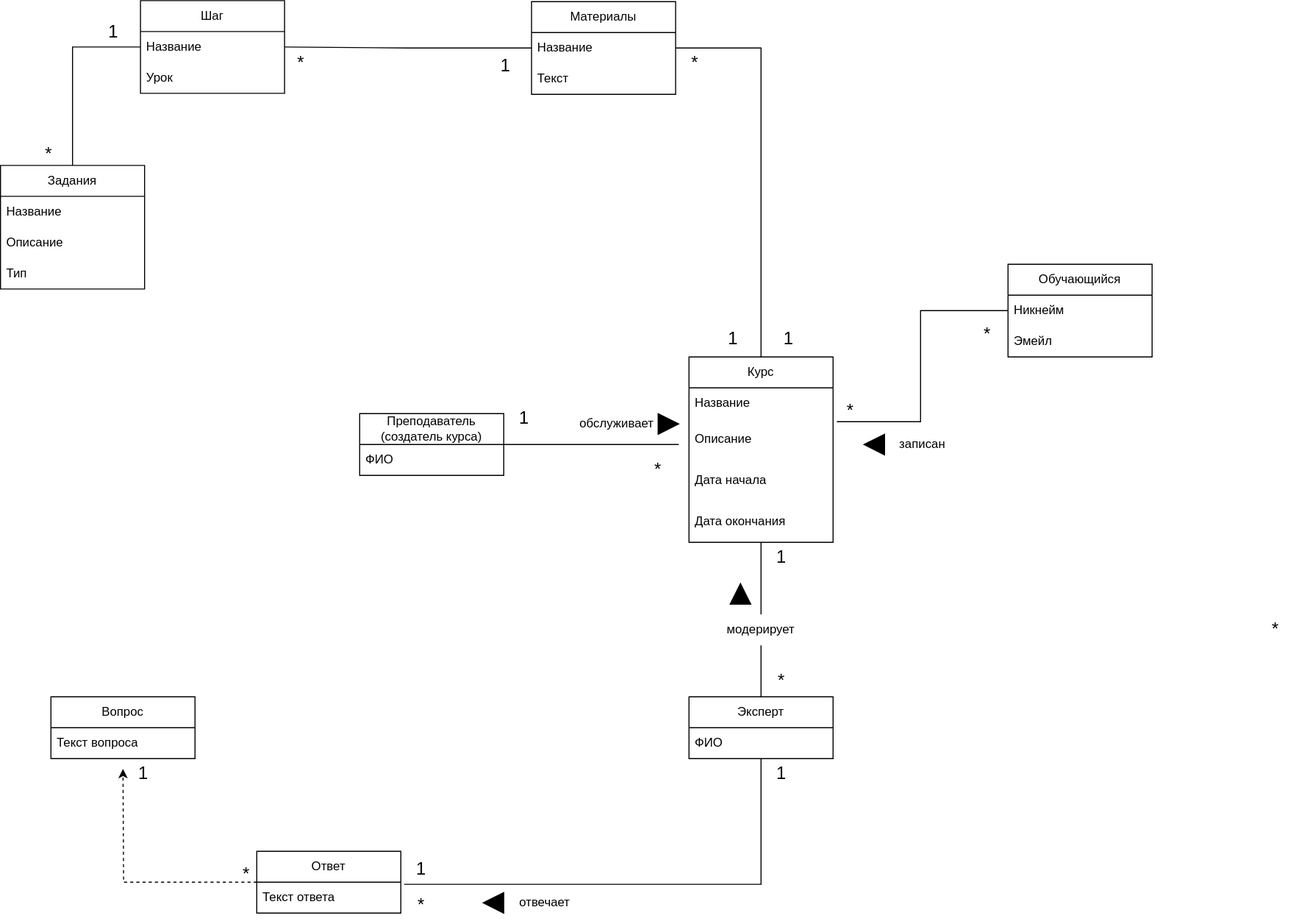
eencoree/CourseNavigator keeps this draw.io diagram as domain_model.svg. Above is the earlier version. Source tidied: cells renumbered, new cells last; positions are measured from the earlier drawing's top-left corner, leaving out a move shared by most shapes.
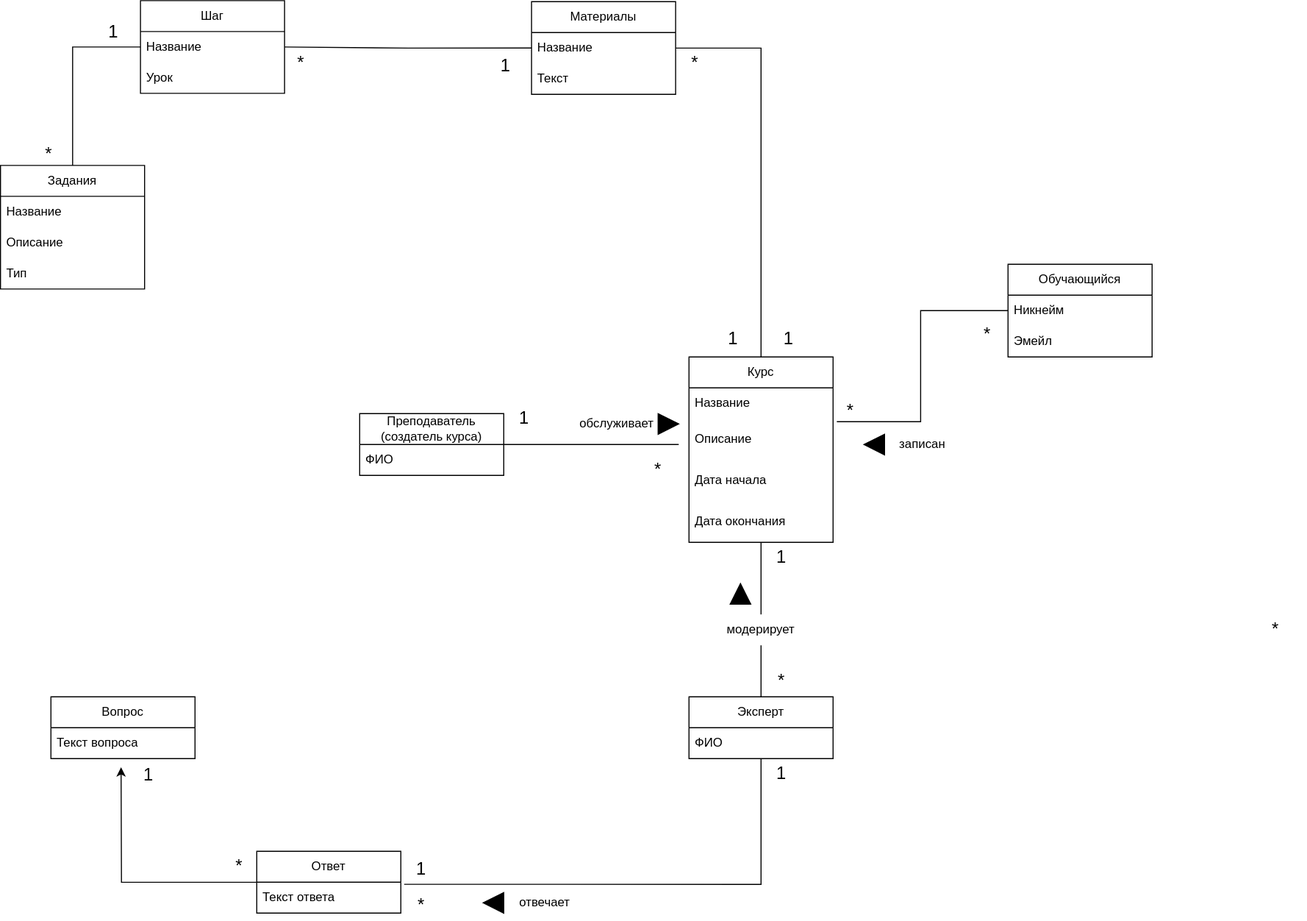
After the change.

Change to the diagram source:
```diff
@@ -131,11 +131,11 @@
     <mxCell id="41" value="Текст вопроса" style="text;strokeColor=none;fillColor=none;align=left;verticalAlign=middle;spacingLeft=4;spacingRight=4;overflow=hidden;whiteSpace=wrap;html=1;" parent="40" vertex="1">
       <mxGeometry y="30" width="140" height="30" as="geometry" />
     </mxCell>
-    <mxCell id="42" style="edgeStyle=orthogonalEdgeStyle;rounded=0;jettySize=auto;html=1;dashed=1;" parent="1" edge="1" source="43">
-      <mxGeometry relative="1" as="geometry">
-        <mxPoint x="119" y="746" as="targetPoint" />
-      </mxGeometry>
-    </mxCell>
+    <mxCell id="64" style="edgeStyle=orthogonalEdgeStyle;rounded=0;jettySize=auto;html=1;" parent="1" edge="1" source="43">
+      <mxGeometry relative="1" as="geometry">
+        <mxPoint x="117.1" y="744.3" as="targetPoint" />
+      </mxGeometry>
+    </mxCell>
     <mxCell id="43" value="Ответ" style="swimlane;fontStyle=0;horizontal=1;startSize=30;whiteSpace=wrap;html=1;" parent="1" vertex="1">
       <mxGeometry x="249" y="826" width="140" height="60" as="geometry" />
     </mxCell>
@@ -155,10 +155,10 @@
       <mxGeometry x="379" y="863.5" width="60" height="30" as="geometry" />
     </mxCell>
     <mxCell id="49" value="&lt;font style=&quot;font-size: 17px;&quot;&gt;1&lt;/font&gt;" style="text;html=1;strokeColor=none;fillColor=none;align=center;verticalAlign=middle;whiteSpace=wrap;rounded=0;" parent="1" vertex="1">
-      <mxGeometry x="109" y="736" width="60" height="30" as="geometry" />
+      <mxGeometry x="114" y="738" width="60" height="30" as="geometry" />
     </mxCell>
     <mxCell id="50" value="&lt;font style=&quot;font-size: 17px;&quot;&gt;*&lt;/font&gt;" style="text;html=1;strokeColor=none;fillColor=none;align=center;verticalAlign=middle;whiteSpace=wrap;rounded=0;" parent="1" vertex="1">
-      <mxGeometry x="209" y="833.5" width="60" height="30" as="geometry" />
+      <mxGeometry x="202" y="826" width="60" height="30" as="geometry" />
     </mxCell>
     <mxCell id="51" value="&lt;font style=&quot;font-size: 17px;&quot;&gt;1&lt;/font&gt;" style="text;html=1;strokeColor=none;fillColor=none;align=center;verticalAlign=middle;whiteSpace=wrap;rounded=0;" parent="1" vertex="1">
       <mxGeometry x="379" y="828.5" width="60" height="30" as="geometry" />
```
